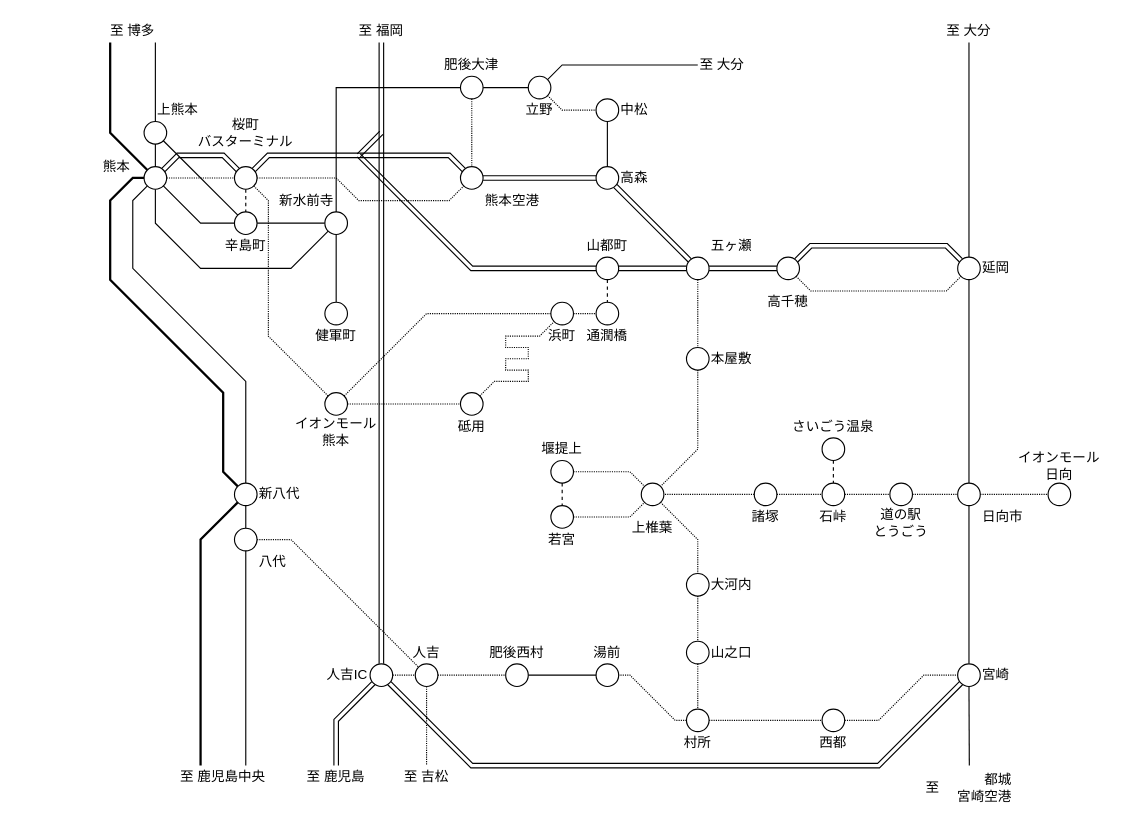
Before: page "熊本～宮崎" (8 of 8) of routes.drawio in nnm-t/techniques-to-escape-from-dead-end-lines-2, a draw.io diagram. Source tidied: cells renumbered, new cells numbered last; positions are measured from the earlier drawing's top-left corner, leaving out a move shared by most shapes. Both pictures are drawn from the tidied source at 113%, with x=0, y=0 at pixel (87, 19).
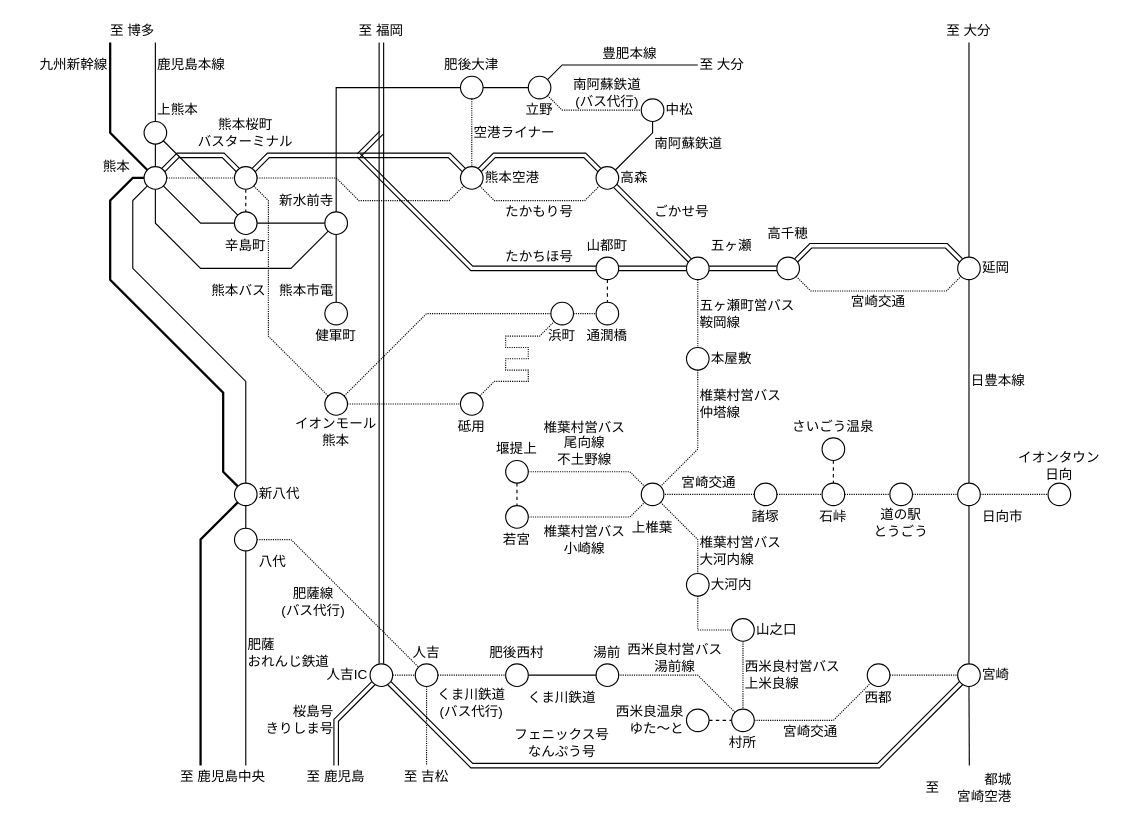
The same page after the edit.

Commit message (it also covers changes not shown here):
熊本～宮崎 map作成

The change refers to these unchanged cells:
```xml
<mxCell id="26" style="ellipse;whiteSpace=wrap;html=1;" parent="1" vertex="1">
  <mxGeometry x="330" y="130" width="20" height="20" as="geometry" />
</mxCell>
<mxCell id="28" style="ellipse;whiteSpace=wrap;html=1;" parent="1" vertex="1">
  <mxGeometry x="450" y="130" width="20" height="20" as="geometry" />
</mxCell>
<mxCell id="58" style="ellipse;whiteSpace=wrap;html=1;" parent="1" vertex="1">
  <mxGeometry x="770" y="570" width="20" height="20" as="geometry" />
</mxCell>
<mxCell id="60" style="ellipse;whiteSpace=wrap;html=1;" parent="1" vertex="1">
  <mxGeometry x="530" y="490" width="20" height="20" as="geometry" />
</mxCell>
<mxCell id="68" style="ellipse;whiteSpace=wrap;html=1;" parent="1" vertex="1">
  <mxGeometry x="450" y="570" width="20" height="20" as="geometry" />
</mxCell>
```

Change to the diagram source:
```diff
@@
-    <mxCell id="24" style="edgeStyle=none;rounded=0;jettySize=auto;html=1;exitX=1;exitY=0.5;exitDx=0;exitDy=0;entryX=0;entryY=0.5;entryDx=0;entryDy=0;endArrow=none;endFill=0;shape=link;" parent="1" edge="1" source="26" target="28">
-      <mxGeometry relative="1" as="geometry" />
+    <mxCell id="24" style="edgeStyle=none;rounded=0;jettySize=auto;html=1;exitX=1;exitY=0;exitDx=0;exitDy=0;entryX=0;entryY=0;entryDx=0;entryDy=0;endArrow=none;endFill=0;shape=link;" parent="1" edge="1" source="26" target="28">
+      <mxGeometry relative="1" as="geometry">
+        <Array as="points">
+          <mxPoint x="360" y="120" />
+          <mxPoint x="440" y="120" />
+        </Array>
+      </mxGeometry>
     </mxCell>
@@
+    <mxCell id="158" style="rounded=0;jettySize=auto;html=1;exitX=1;exitY=1;exitDx=0;exitDy=0;entryX=0;entryY=1;entryDx=0;entryDy=0;endArrow=none;endFill=0;dashed=1;dashPattern=1 1;" parent="1" edge="1" source="26" target="28">
+      <mxGeometry relative="1" as="geometry">
+        <Array as="points">
+          <mxPoint x="360" y="160" />
+          <mxPoint x="440" y="160" />
+        </Array>
+      </mxGeometry>
+    </mxCell>
@@
-    <mxCell id="59" style="edgeStyle=none;rounded=0;jettySize=auto;html=1;exitX=0.5;exitY=1;exitDx=0;exitDy=0;entryX=0.5;entryY=0;entryDx=0;entryDy=0;dashed=1;dashPattern=1 1;endArrow=none;endFill=0;" parent="1" edge="1" source="60" target="62">
-      <mxGeometry relative="1" as="geometry" />
+    <mxCell id="59" style="edgeStyle=none;rounded=0;jettySize=auto;html=1;exitX=0.5;exitY=1;exitDx=0;exitDy=0;entryX=0;entryY=0.5;entryDx=0;entryDy=0;dashed=1;dashPattern=1 1;endArrow=none;endFill=0;" parent="1" edge="1" source="60" target="62">
+      <mxGeometry relative="1" as="geometry">
+        <Array as="points">
+          <mxPoint x="540" y="540" />
+        </Array>
+      </mxGeometry>
     </mxCell>
@@
     <mxCell id="62" style="ellipse;whiteSpace=wrap;html=1;" parent="1" vertex="1">
-      <mxGeometry x="530" y="550" width="20" height="20" as="geometry" />
+      <mxGeometry x="570" y="530" width="20" height="20" as="geometry" />
     </mxCell>
-    <mxCell id="63" style="edgeStyle=none;rounded=0;jettySize=auto;html=1;exitX=1;exitY=0.5;exitDx=0;exitDy=0;entryX=0;entryY=0.5;entryDx=0;entryDy=0;dashed=1;dashPattern=1 1;endArrow=none;endFill=0;" parent="1" edge="1" source="65" target="67">
-      <mxGeometry relative="1" as="geometry" />
+    <mxCell id="63" style="edgeStyle=none;rounded=0;jettySize=auto;html=1;exitX=1;exitY=0.5;exitDx=0;exitDy=0;entryX=0;entryY=1;entryDx=0;entryDy=0;dashed=1;dashPattern=1 1;endArrow=none;endFill=0;" parent="1" edge="1" source="65" target="67">
+      <mxGeometry relative="1" as="geometry">
+        <Array as="points">
+          <mxPoint x="660" y="620" />
+        </Array>
+      </mxGeometry>
     </mxCell>
-    <mxCell id="64" style="edgeStyle=none;rounded=0;jettySize=auto;html=1;exitX=0;exitY=0.5;exitDx=0;exitDy=0;entryX=1;entryY=0.5;entryDx=0;entryDy=0;dashed=1;dashPattern=1 1;endArrow=none;endFill=0;" parent="1" edge="1" source="65" target="68">
+    <mxCell id="64" style="edgeStyle=none;rounded=0;jettySize=auto;html=1;exitX=0;exitY=0;exitDx=0;exitDy=0;dashed=1;dashPattern=1 1;endArrow=none;endFill=0;entryX=1;entryY=0.5;entryDx=0;entryDy=0;" parent="1" edge="1" source="65" target="68">
       <mxGeometry relative="1" as="geometry">
         <Array as="points">
-          <mxPoint x="520" y="620" />
-          <mxPoint x="480" y="580" />
+          <mxPoint x="540" y="580" />
         </Array>
       </mxGeometry>
     </mxCell>
     <mxCell id="65" style="ellipse;whiteSpace=wrap;html=1;" parent="1" vertex="1">
-      <mxGeometry x="530" y="610" width="20" height="20" as="geometry" />
+      <mxGeometry x="570" y="610" width="20" height="20" as="geometry" />
     </mxCell>
-    <mxCell id="66" style="edgeStyle=none;rounded=0;jettySize=auto;html=1;exitX=1;exitY=0.5;exitDx=0;exitDy=0;entryX=0;entryY=0.5;entryDx=0;entryDy=0;dashed=1;dashPattern=1 1;endArrow=none;endFill=0;" parent="1" edge="1" source="67" target="58">
-      <mxGeometry relative="1" as="geometry">
-        <Array as="points">
-          <mxPoint x="700" y="620" />
-          <mxPoint x="740" y="580" />
-        </Array>
-      </mxGeometry>
+    <mxCell id="66" style="edgeStyle=none;rounded=0;jettySize=auto;html=1;entryX=0;entryY=0.5;entryDx=0;entryDy=0;dashed=1;dashPattern=1 1;endArrow=none;endFill=0;exitX=1;exitY=0.5;exitDx=0;exitDy=0;" parent="1" edge="1" source="67" target="58">
+      <mxGeometry relative="1" as="geometry" />
     </mxCell>
     <mxCell id="67" style="ellipse;whiteSpace=wrap;html=1;" parent="1" vertex="1">
-      <mxGeometry x="650" y="610" width="20" height="20" as="geometry" />
+      <mxGeometry x="690" y="570" width="20" height="20" as="geometry" />
     </mxCell>
@@
     <mxCell id="71" style="ellipse;whiteSpace=wrap;html=1;" parent="1" vertex="1">
-      <mxGeometry x="410" y="390" width="20" height="20" as="geometry" />
+      <mxGeometry x="370" y="390" width="20" height="20" as="geometry" />
     </mxCell>
@@
     <mxCell id="73" style="ellipse;whiteSpace=wrap;html=1;" parent="1" vertex="1">
-      <mxGeometry x="410" y="430" width="20" height="20" as="geometry" />
+      <mxGeometry x="370" y="430" width="20" height="20" as="geometry" />
     </mxCell>
@@
-    <mxCell id="95" value="イオンモール&lt;br&gt;日向" style="text;html=1;strokeColor=none;fillColor=none;align=center;verticalAlign=middle;whiteSpace=wrap;rounded=0;" parent="1" vertex="1">
+    <mxCell id="95" value="イオンタウン&lt;br&gt;日向" style="text;html=1;strokeColor=none;fillColor=none;align=center;verticalAlign=middle;whiteSpace=wrap;rounded=0;" parent="1" vertex="1">
       <mxGeometry x="820" y="380" width="80" height="30" as="geometry" />
     </mxCell>
     <mxCell id="96" value="高千穂" style="text;html=1;strokeColor=none;fillColor=none;align=center;verticalAlign=middle;whiteSpace=wrap;rounded=0;" parent="1" vertex="1">
-      <mxGeometry x="600" y="240" width="40" height="20" as="geometry" />
+      <mxGeometry x="600" y="180" width="40" height="20" as="geometry" />
     </mxCell>
@@
     <mxCell id="101" value="村所" style="text;html=1;strokeColor=none;fillColor=none;align=center;verticalAlign=middle;whiteSpace=wrap;rounded=0;" parent="1" vertex="1">
-      <mxGeometry x="520" y="630" width="40" height="20" as="geometry" />
+      <mxGeometry x="560" y="630" width="40" height="20" as="geometry" />
     </mxCell>
     <mxCell id="102" value="西都" style="text;html=1;strokeColor=none;fillColor=none;align=center;verticalAlign=middle;whiteSpace=wrap;rounded=0;" parent="1" vertex="1">
-      <mxGeometry x="640" y="630" width="40" height="20" as="geometry" />
+      <mxGeometry x="680" y="590" width="40" height="20" as="geometry" />
     </mxCell>
@@
-    <mxCell id="109" value="桜町&lt;br&gt;バスターミナル" style="text;html=1;strokeColor=none;fillColor=none;align=center;verticalAlign=middle;whiteSpace=wrap;rounded=0;" parent="1" vertex="1">
+    <mxCell id="109" value="熊本桜町&lt;br&gt;バスターミナル" style="text;html=1;strokeColor=none;fillColor=none;align=center;verticalAlign=middle;whiteSpace=wrap;rounded=0;" parent="1" vertex="1">
       <mxGeometry x="90" y="80" width="100" height="40" as="geometry" />
     </mxCell>
     <mxCell id="110" value="熊本空港" style="text;html=1;strokeColor=none;fillColor=none;align=left;verticalAlign=middle;whiteSpace=wrap;rounded=0;" parent="1" vertex="1">
-      <mxGeometry x="350" y="150" width="60" height="20" as="geometry" />
+      <mxGeometry x="350" y="130" width="60" height="20" as="geometry" />
     </mxCell>
@@
     <mxCell id="118" value="山之口" style="text;html=1;strokeColor=none;fillColor=none;align=left;verticalAlign=middle;whiteSpace=wrap;rounded=0;" parent="1" vertex="1">
-      <mxGeometry x="550" y="550" width="40" height="20" as="geometry" />
+      <mxGeometry x="590" y="530" width="40" height="20" as="geometry" />
     </mxCell>
     <mxCell id="119" value="若宮" style="text;html=1;strokeColor=none;fillColor=none;align=center;verticalAlign=middle;whiteSpace=wrap;rounded=0;" parent="1" vertex="1">
-      <mxGeometry x="400" y="450" width="40" height="20" as="geometry" />
+      <mxGeometry x="360" y="450" width="40" height="20" as="geometry" />
     </mxCell>
     <mxCell id="120" value="堰提上" style="text;html=1;strokeColor=none;fillColor=none;align=center;verticalAlign=middle;whiteSpace=wrap;rounded=0;" parent="1" vertex="1">
-      <mxGeometry x="400" y="370" width="40" height="20" as="geometry" />
+      <mxGeometry x="360" y="370" width="40" height="20" as="geometry" />
     </mxCell>
@@
-    <mxCell id="138" style="edgeStyle=none;rounded=0;jettySize=auto;html=1;exitX=0.5;exitY=1;exitDx=0;exitDy=0;entryX=0.5;entryY=0;entryDx=0;entryDy=0;endArrow=none;endFill=0;strokeWidth=1;" parent="1" edge="1" source="139" target="28">
-      <mxGeometry relative="1" as="geometry" />
+    <mxCell id="138" style="edgeStyle=none;rounded=0;jettySize=auto;html=1;exitX=0.5;exitY=1;exitDx=0;exitDy=0;entryX=1;entryY=0;entryDx=0;entryDy=0;endArrow=none;endFill=0;strokeWidth=1;" parent="1" edge="1" source="139" target="28">
+      <mxGeometry relative="1" as="geometry">
+        <Array as="points">
+          <mxPoint x="500" y="100" />
+        </Array>
+      </mxGeometry>
     </mxCell>
     <mxCell id="139" style="ellipse;whiteSpace=wrap;html=1;" parent="1" vertex="1">
-      <mxGeometry x="450" y="70" width="20" height="20" as="geometry" />
+      <mxGeometry x="490" y="70" width="20" height="20" as="geometry" />
     </mxCell>
     <mxCell id="140" value="中松" style="text;html=1;strokeColor=none;fillColor=none;align=left;verticalAlign=middle;whiteSpace=wrap;rounded=0;" parent="1" vertex="1">
-      <mxGeometry x="470" y="70" width="40" height="20" as="geometry" />
+      <mxGeometry x="510" y="70" width="40" height="20" as="geometry" />
     </mxCell>
@@
+    <mxCell id="159" value="日豊本線" style="text;html=1;strokeColor=none;fillColor=none;align=left;verticalAlign=middle;whiteSpace=wrap;rounded=0;" parent="1" vertex="1">
+      <mxGeometry x="780" y="310" width="60" height="20" as="geometry" />
+    </mxCell>
+    <mxCell id="160" value="豊肥本線" style="text;html=1;strokeColor=none;fillColor=none;align=center;verticalAlign=middle;whiteSpace=wrap;rounded=0;" parent="1" vertex="1">
+      <mxGeometry x="450" y="20" width="60" height="20" as="geometry" />
+    </mxCell>
+    <mxCell id="161" value="南阿蘇鉄道" style="text;html=1;strokeColor=none;fillColor=none;align=left;verticalAlign=middle;whiteSpace=wrap;rounded=0;" parent="1" vertex="1">
+      <mxGeometry x="500" y="100" width="80" height="20" as="geometry" />
+    </mxCell>
+    <mxCell id="162" value="熊本市電" style="text;html=1;strokeColor=none;fillColor=none;align=right;verticalAlign=middle;whiteSpace=wrap;rounded=0;" parent="1" vertex="1">
+      <mxGeometry x="160" y="230" width="60" height="20" as="geometry" />
+    </mxCell>
+    <mxCell id="163" value="九州新幹線" style="text;html=1;strokeColor=none;fillColor=none;align=right;verticalAlign=middle;whiteSpace=wrap;rounded=0;" parent="1" vertex="1">
+      <mxGeometry x="-60" y="30" width="80" height="20" as="geometry" />
+    </mxCell>
+    <mxCell id="164" value="鹿児島本線" style="text;html=1;strokeColor=none;fillColor=none;align=left;verticalAlign=middle;whiteSpace=wrap;rounded=0;" parent="1" vertex="1">
+      <mxGeometry x="60" y="30" width="80" height="20" as="geometry" />
+    </mxCell>
+    <mxCell id="165" value="くま川鉄道" style="text;html=1;strokeColor=none;fillColor=none;align=center;verticalAlign=middle;whiteSpace=wrap;rounded=0;" parent="1" vertex="1">
+      <mxGeometry x="380" y="590" width="80" height="20" as="geometry" />
+    </mxCell>
+    <mxCell id="166" value="くま川鉄道&lt;br&gt;(バス代行)" style="text;html=1;strokeColor=none;fillColor=none;align=center;verticalAlign=middle;whiteSpace=wrap;rounded=0;" parent="1" vertex="1">
+      <mxGeometry x="300" y="590" width="80" height="30" as="geometry" />
+    </mxCell>
+    <mxCell id="167" value="肥薩線&lt;br&gt;(バス代行)" style="text;html=1;strokeColor=none;fillColor=none;align=center;verticalAlign=middle;whiteSpace=wrap;rounded=0;" parent="1" vertex="1">
+      <mxGeometry x="170" y="500" width="60" height="30" as="geometry" />
+    </mxCell>
+    <mxCell id="168" value="桜島号&lt;br&gt;きりしま号" style="text;html=1;strokeColor=none;fillColor=none;align=right;verticalAlign=middle;whiteSpace=wrap;rounded=0;" parent="1" vertex="1">
+      <mxGeometry x="140" y="600" width="80" height="40" as="geometry" />
+    </mxCell>
+    <mxCell id="169" value="フェニックス号&lt;br&gt;なんぷう号" style="text;html=1;strokeColor=none;fillColor=none;align=center;verticalAlign=middle;whiteSpace=wrap;rounded=0;" parent="1" vertex="1">
+      <mxGeometry x="370" y="620" width="100" height="40" as="geometry" />
+    </mxCell>
+    <mxCell id="170" value="ごかせ号" style="text;html=1;strokeColor=none;fillColor=none;align=left;verticalAlign=middle;whiteSpace=wrap;rounded=0;" parent="1" vertex="1">
+      <mxGeometry x="500" y="160" width="60" height="20" as="geometry" />
+    </mxCell>
+    <mxCell id="171" value="たかちほ号" style="text;html=1;strokeColor=none;fillColor=none;align=center;verticalAlign=middle;whiteSpace=wrap;rounded=0;" parent="1" vertex="1">
+      <mxGeometry x="360" y="200" width="80" height="20" as="geometry" />
+    </mxCell>
+    <mxCell id="172" value="肥薩&lt;br&gt;おれんじ鉄道" style="text;html=1;strokeColor=none;fillColor=none;align=left;verticalAlign=middle;whiteSpace=wrap;rounded=0;" parent="1" vertex="1">
+      <mxGeometry x="140" y="540" width="80" height="40" as="geometry" />
+    </mxCell>
+    <mxCell id="173" value="熊本バス" style="text;html=1;strokeColor=none;fillColor=none;align=right;verticalAlign=middle;whiteSpace=wrap;rounded=0;" parent="1" vertex="1">
+      <mxGeometry x="100" y="230" width="60" height="20" as="geometry" />
+    </mxCell>
+    <mxCell id="174" value="たかもり号" style="text;html=1;strokeColor=none;fillColor=none;align=center;verticalAlign=middle;whiteSpace=wrap;rounded=0;" parent="1" vertex="1">
+      <mxGeometry x="360" y="160" width="80" height="20" as="geometry" />
+    </mxCell>
+    <mxCell id="175" value="南阿蘇鉄道&lt;br&gt;(バス代行)" style="text;html=1;strokeColor=none;fillColor=none;align=center;verticalAlign=middle;whiteSpace=wrap;rounded=0;" parent="1" vertex="1">
+      <mxGeometry x="420" y="50" width="80" height="30" as="geometry" />
+    </mxCell>
+    <mxCell id="176" value="五ヶ瀬町営バス&lt;br&gt;鞍岡線" style="text;html=1;strokeColor=none;fillColor=none;align=left;verticalAlign=middle;whiteSpace=wrap;rounded=0;" parent="1" vertex="1">
+      <mxGeometry x="540" y="240" width="100" height="40" as="geometry" />
+    </mxCell>
+    <mxCell id="177" value="宮崎交通" style="text;html=1;strokeColor=none;fillColor=none;align=center;verticalAlign=middle;whiteSpace=wrap;rounded=0;" parent="1" vertex="1">
+      <mxGeometry x="670" y="240" width="60" height="20" as="geometry" />
+    </mxCell>
+    <mxCell id="178" value="宮崎交通" style="text;html=1;strokeColor=none;fillColor=none;align=center;verticalAlign=middle;whiteSpace=wrap;rounded=0;" parent="1" vertex="1">
+      <mxGeometry x="520" y="400" width="60" height="20" as="geometry" />
+    </mxCell>
+    <mxCell id="179" value="椎葉村営バス&lt;br&gt;仲塔線" style="text;html=1;strokeColor=none;fillColor=none;align=left;verticalAlign=middle;whiteSpace=wrap;rounded=0;" parent="1" vertex="1">
+      <mxGeometry x="540" y="320" width="80" height="40" as="geometry" />
+    </mxCell>
+    <mxCell id="180" value="椎葉村営バス&lt;br&gt;小崎線" style="text;html=1;strokeColor=none;fillColor=none;align=center;verticalAlign=middle;whiteSpace=wrap;rounded=0;" parent="1" vertex="1">
+      <mxGeometry x="400" y="440" width="80" height="40" as="geometry" />
+    </mxCell>
+    <mxCell id="181" value="椎葉村営バス&lt;br&gt;尾向線&lt;br&gt;不土野線" style="text;html=1;strokeColor=none;fillColor=none;align=center;verticalAlign=middle;whiteSpace=wrap;rounded=0;" parent="1" vertex="1">
+      <mxGeometry x="400" y="350" width="80" height="50" as="geometry" />
+    </mxCell>
+    <mxCell id="182" value="椎葉村営バス&lt;br&gt;大河内線" style="text;html=1;strokeColor=none;fillColor=none;align=left;verticalAlign=middle;whiteSpace=wrap;rounded=0;" parent="1" vertex="1">
+      <mxGeometry x="540" y="450" width="80" height="40" as="geometry" />
+    </mxCell>
+    <mxCell id="183" value="西米良村営バス&lt;br&gt;湯前線" style="text;html=1;strokeColor=none;fillColor=none;align=center;verticalAlign=middle;whiteSpace=wrap;rounded=0;" parent="1" vertex="1">
+      <mxGeometry x="470" y="550" width="100" height="30" as="geometry" />
+    </mxCell>
+    <mxCell id="184" value="西米良村営バス&lt;br&gt;上米良線" style="text;html=1;strokeColor=none;fillColor=none;align=left;verticalAlign=middle;whiteSpace=wrap;rounded=0;" parent="1" vertex="1">
+      <mxGeometry x="580" y="560" width="100" height="40" as="geometry" />
+    </mxCell>
+    <mxCell id="185" value="宮崎交通" style="text;html=1;strokeColor=none;fillColor=none;align=center;verticalAlign=middle;whiteSpace=wrap;rounded=0;" parent="1" vertex="1">
+      <mxGeometry x="610" y="620" width="60" height="20" as="geometry" />
+    </mxCell>
+    <mxCell id="186" value="空港ライナー" style="text;html=1;strokeColor=none;fillColor=none;align=left;verticalAlign=middle;whiteSpace=wrap;rounded=0;" parent="1" vertex="1">
+      <mxGeometry x="340" y="90" width="80" height="20" as="geometry" />
+    </mxCell>
+    <mxCell id="187" value="西米良温泉&lt;br&gt;ゆた～と" style="text;html=1;strokeColor=none;fillColor=none;align=right;verticalAlign=middle;whiteSpace=wrap;rounded=0;" parent="1" vertex="1">
+      <mxGeometry x="450" y="605" width="80" height="30" as="geometry" />
+    </mxCell>
+    <mxCell id="188" style="edgeStyle=none;rounded=0;jettySize=auto;html=1;exitX=1;exitY=0.5;exitDx=0;exitDy=0;entryX=0;entryY=0.5;entryDx=0;entryDy=0;dashed=1;endArrow=none;endFill=0;" parent="1" edge="1" source="189" target="65">
+      <mxGeometry relative="1" as="geometry" />
+    </mxCell>
+    <mxCell id="189" style="ellipse;whiteSpace=wrap;html=1;" parent="1" vertex="1">
+      <mxGeometry x="530" y="610" width="20" height="20" as="geometry" />
+    </mxCell>
```
